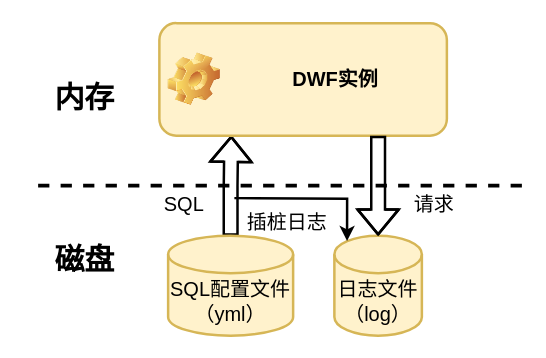
The draw.io diagram drawioFile/sql_extraction.drawio in Olive-2019/drawio-source, before the edit. Source tidied: cells renumbered, new cells numbered last; positions are measured from the earlier drawing's top-left corner, leaving out a move shared by most shapes. Both pictures are drawn from the tidied source at 125%, with x=0, y=0 at pixel (21, 22).
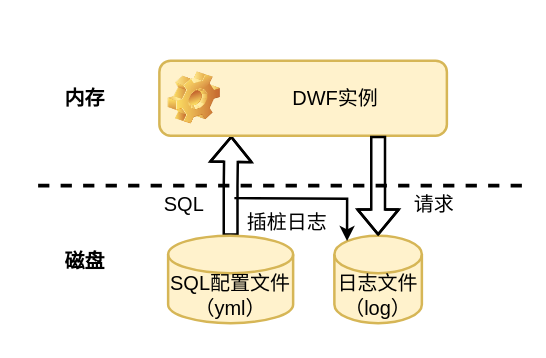
The same diagram, later.

What changed in the source:
```diff
@@
 <mxGraphModel>
   <root>
     <mxCell id="0" />
     <mxCell id="1" parent="0" />
     <mxCell id="2" style="edgeStyle=orthogonalEdgeStyle;rounded=0;jettySize=auto;html=1;shape=flexArrow;entryX=0.25;entryY=1;entryDx=0;entryDy=0;strokeWidth=2;" parent="1" edge="1" source="3" target="5">
       <mxGeometry relative="1" as="geometry" />
     </mxCell>
     <mxCell id="3" value="SQL配置文件&lt;div&gt;（yml）&lt;/div&gt;" style="shape=cylinder3;whiteSpace=wrap;html=1;boundedLbl=1;backgroundOutline=1;size=15;fillColor=#fff2cc;strokeColor=#d6b656;fontSize=16;strokeWidth=2;" parent="1" vertex="1">
-      <mxGeometry x="117" y="170" width="100" height="80" as="geometry" />
+      <mxGeometry x="117" y="170" width="100" height="70" as="geometry" />
     </mxCell>
     <mxCell id="4" style="endArrow=none;dashed=1;html=1;strokeWidth=3;rounded=0;" parent="1" edge="1">
       <mxGeometry relative="1" as="geometry">
         <mxPoint x="400" y="130" as="sourcePoint" />
         <mxPoint x="10" y="130" as="targetPoint" />
       </mxGeometry>
     </mxCell>
-    <mxCell id="5" value="DWF实例" style="label;whiteSpace=wrap;html=1;image=img/clipart/Gear_128x128.png;fillColor=#fff2cc;strokeColor=#d6b656;fontSize=16;align=center;strokeWidth=2;" parent="1" vertex="1">
-      <mxGeometry x="110" width="230" height="90" as="geometry" />
+    <mxCell id="5" value="DWF实例" style="label;whiteSpace=wrap;html=1;image=img/clipart/Gear_128x128.png;fillColor=#fff2cc;strokeColor=#d6b656;fontSize=16;align=center;strokeWidth=2;fontStyle=0;" parent="1" vertex="1">
+      <mxGeometry x="110" y="30" width="230" height="60" as="geometry" />
     </mxCell>
     <mxCell id="6" value="日志文件（log）" style="shape=cylinder3;whiteSpace=wrap;html=1;boundedLbl=1;backgroundOutline=1;size=15;fillColor=#fff2cc;strokeColor=#d6b656;fontSize=16;strokeWidth=2;" parent="1" vertex="1">
-      <mxGeometry x="250" y="170" width="70" height="80" as="geometry" />
+      <mxGeometry x="250" y="170" width="70" height="70" as="geometry" />
     </mxCell>
-    <mxCell id="7" value="磁盘" style="text;strokeColor=none;fillColor=none;html=1;fontSize=24;fontStyle=1;verticalAlign=middle;align=center;" parent="1" vertex="1">
+    <mxCell id="7" value="磁盘" style="text;strokeColor=none;fillColor=none;html=1;fontSize=16;fontStyle=1;verticalAlign=middle;align=center;" parent="1" vertex="1">
       <mxGeometry y="170" width="100" height="40" as="geometry" />
     </mxCell>
-    <mxCell id="8" value="内存" style="text;strokeColor=none;fillColor=none;html=1;fontSize=24;fontStyle=1;verticalAlign=middle;align=center;" parent="1" vertex="1">
+    <mxCell id="8" value="内存" style="text;strokeColor=none;fillColor=none;html=1;fontSize=16;fontStyle=1;verticalAlign=middle;align=center;" parent="1" vertex="1">
       <mxGeometry y="40" width="100" height="40" as="geometry" />
     </mxCell>
     <mxCell id="9" value="&lt;font size=&quot;3&quot;&gt;&lt;span style=&quot;text-wrap-mode: nowrap;&quot;&gt;SQL&lt;/span&gt;&lt;/font&gt;" style="text;html=1;align=center;verticalAlign=middle;whiteSpace=wrap;rounded=0;" parent="1" vertex="1">
       <mxGeometry x="100" y="130" width="60" height="30" as="geometry" />
     </mxCell>
     <mxCell id="10" style="edgeStyle=orthogonalEdgeStyle;rounded=0;jettySize=auto;html=1;entryX=0.145;entryY=0;entryDx=0;entryDy=4.35;entryPerimeter=0;strokeWidth=2;" parent="1" edge="1" target="6">
       <mxGeometry relative="1" as="geometry">
         <mxPoint x="170" y="140" as="sourcePoint" />
       </mxGeometry>
     </mxCell>
     <mxCell id="11" value="请求" style="text;html=1;align=center;verticalAlign=middle;whiteSpace=wrap;rounded=0;fontSize=16;" parent="1" vertex="1">
       <mxGeometry x="300" y="130" width="60" height="30" as="geometry" />
     </mxCell>
     <mxCell id="12" style="edgeStyle=orthogonalEdgeStyle;rounded=0;jettySize=auto;html=1;entryX=0.5;entryY=0;entryDx=0;entryDy=0;entryPerimeter=0;shape=flexArrow;strokeWidth=2;" parent="1" edge="1" source="5" target="6">
       <mxGeometry relative="1" as="geometry">
         <Array as="points">
           <mxPoint x="285" y="110" />
           <mxPoint x="285" y="110" />
         </Array>
       </mxGeometry>
     </mxCell>
     <mxCell id="13" value="插桩日志" style="text;html=1;align=center;verticalAlign=middle;whiteSpace=wrap;rounded=0;fontSize=16;" parent="1" vertex="1">
       <mxGeometry x="175" y="144" width="75" height="30" as="geometry" />
     </mxCell>
   </root>
 </mxGraphModel>
```
